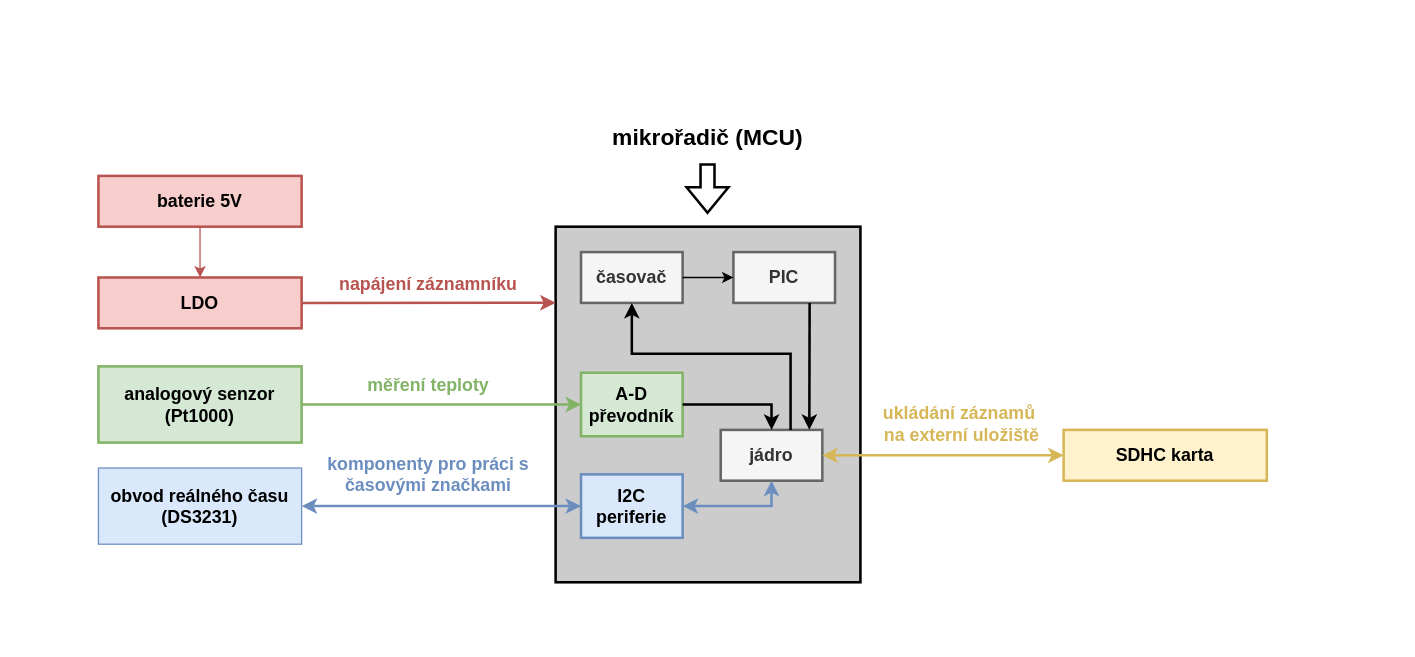
This is diagrams/recorder_mcu/recorder_mcu.drawio from Doly02/thesis, a draw.io file, before an edit. Source tidied: cells renumbered, new cells numbered last; positions are measured from the earlier drawing's top-left corner, leaving out a move shared by most shapes. Both pictures are drawn from the tidied source at 127%, with x=0, y=0 at pixel (98, 112).
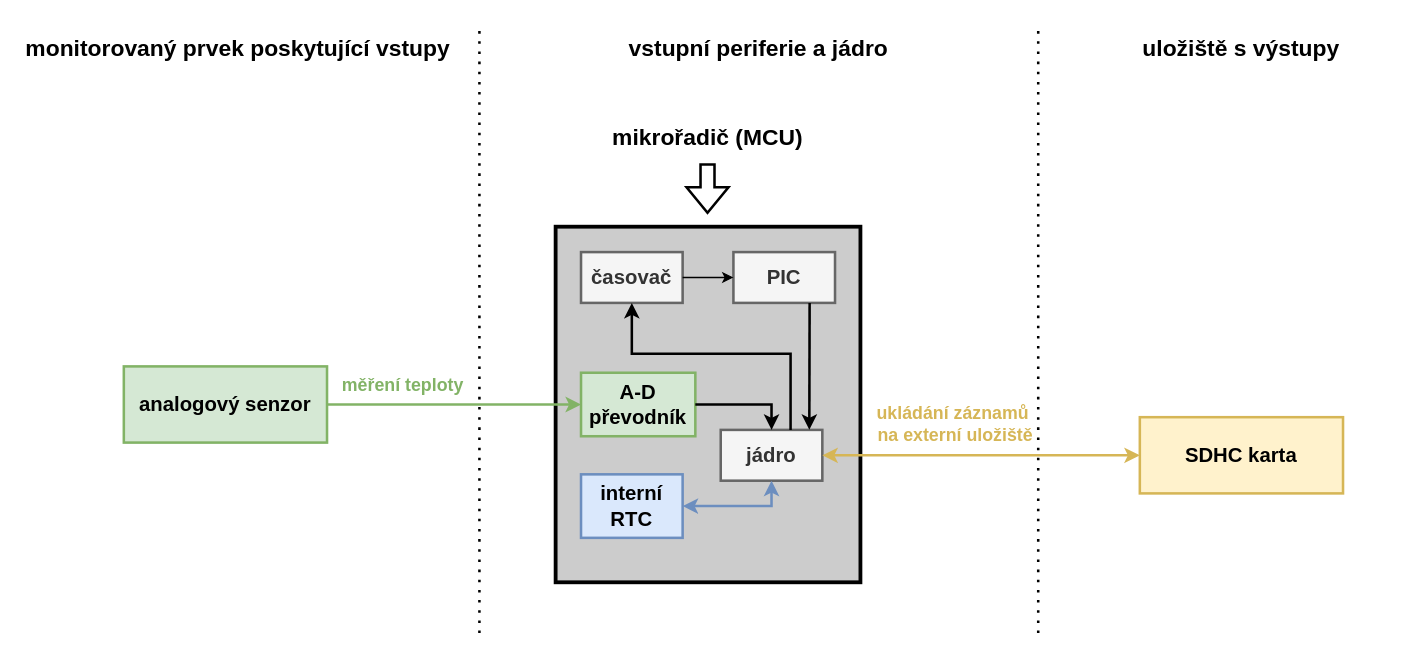
The same diagram, later.

Diff of the diagram source:
```diff
@@
-    <mxCell id="2" style="rounded=0;whiteSpace=wrap;html=1;strokeColor=#000000;strokeWidth=2;fillColor=#CCCCCC;" parent="1" vertex="1">
+    <mxCell id="2" style="rounded=0;whiteSpace=wrap;html=1;strokeColor=#000000;strokeWidth=3;fillColor=#CCCCCC;" parent="1" vertex="1">
       <mxGeometry x="360" y="90" width="240" height="280" as="geometry" />
     </mxCell>
-    <mxCell id="3" value="&lt;font style=&quot;font-size: 14px;&quot;&gt;&lt;b&gt;analogový senzor&lt;/b&gt;&lt;/font&gt;&lt;div&gt;&lt;font style=&quot;font-size: 14px;&quot;&gt;&lt;b&gt;(&lt;/b&gt;&lt;/font&gt;&lt;b style=&quot;background-color: transparent; color: light-dark(rgb(0, 0, 0), rgb(255, 255, 255)); font-size: 14px;&quot;&gt;Pt1000)&lt;/b&gt;&lt;/div&gt;" style="rounded=0;whiteSpace=wrap;html=1;fillColor=#d5e8d4;strokeColor=#82b366;strokeWidth=2;" parent="1" vertex="1">
-      <mxGeometry y="200" width="160" height="60" as="geometry" />
+    <mxCell id="3" value="&lt;font style=&quot;font-size: 16px;&quot;&gt;&lt;b style=&quot;&quot;&gt;analogový senzor&lt;/b&gt;&lt;/font&gt;" style="rounded=0;whiteSpace=wrap;html=1;fillColor=#d5e8d4;strokeColor=#82b366;strokeWidth=2;" parent="1" vertex="1">
+      <mxGeometry x="20" y="200" width="160" height="60" as="geometry" />
     </mxCell>
@@
-    <mxCell id="5" value="&lt;font style=&quot;font-size: 14px;&quot;&gt;&lt;b&gt;A-D&lt;/b&gt;&lt;/font&gt;&lt;div&gt;&lt;font style=&quot;font-size: 14px;&quot;&gt;&lt;b&gt;převodník&lt;/b&gt;&lt;/font&gt;&lt;/div&gt;" style="rounded=0;whiteSpace=wrap;html=1;fillColor=#d5e8d4;strokeColor=#82b366;strokeWidth=2;" parent="1" vertex="1">
-      <mxGeometry x="380" y="205" width="80" height="50" as="geometry" />
+    <mxCell id="5" value="&lt;font style=&quot;font-size: 16px;&quot;&gt;&lt;b style=&quot;&quot;&gt;A-D&lt;/b&gt;&lt;/font&gt;&lt;div&gt;&lt;font style=&quot;font-size: 16px;&quot;&gt;&lt;b style=&quot;&quot;&gt;převodník&lt;/b&gt;&lt;/font&gt;&lt;/div&gt;" style="rounded=0;whiteSpace=wrap;html=1;fillColor=#d5e8d4;strokeColor=#82b366;strokeWidth=2;" parent="1" vertex="1">
+      <mxGeometry x="380" y="205" width="90" height="50" as="geometry" />
     </mxCell>
-    <mxCell id="6" value="&lt;b&gt;&lt;font style=&quot;font-size: 14px;&quot;&gt;obvod reálného času&lt;/font&gt;&lt;/b&gt;&lt;div&gt;&lt;b&gt;&lt;font style=&quot;font-size: 14px;&quot;&gt;(&lt;/font&gt;&lt;/b&gt;&lt;b style=&quot;background-color: transparent; color: light-dark(rgb(0, 0, 0), rgb(255, 255, 255));&quot;&gt;&lt;font style=&quot;font-size: 14px;&quot;&gt;DS3231)&lt;/font&gt;&lt;/b&gt;&lt;/div&gt;" style="rounded=0;whiteSpace=wrap;html=1;fillColor=#dae8fc;strokeColor=#6c8ebf;" parent="1" vertex="1">
-      <mxGeometry y="280" width="160" height="60" as="geometry" />
-    </mxCell>
-    <mxCell id="7" value="&lt;font style=&quot;font-size: 14px;&quot;&gt;&lt;b&gt;I2C&lt;/b&gt;&lt;/font&gt;&lt;div&gt;&lt;font style=&quot;font-size: 14px;&quot;&gt;&lt;b&gt;periferie&lt;/b&gt;&lt;/font&gt;&lt;/div&gt;" style="rounded=0;whiteSpace=wrap;html=1;fillColor=#dae8fc;strokeColor=#6c8ebf;strokeWidth=2;" parent="1" vertex="1">
+    <mxCell id="7" value="&lt;b style=&quot;&quot;&gt;&lt;font style=&quot;font-size: 16px;&quot;&gt;interní&lt;/font&gt;&lt;/b&gt;&lt;div&gt;&lt;b style=&quot;&quot;&gt;&lt;font style=&quot;font-size: 16px;&quot;&gt;RTC&lt;/font&gt;&lt;/b&gt;&lt;/div&gt;" style="rounded=0;whiteSpace=wrap;html=1;fillColor=#dae8fc;strokeColor=#6c8ebf;strokeWidth=2;" parent="1" vertex="1">
       <mxGeometry x="380" y="285" width="80" height="50" as="geometry" />
     </mxCell>
-    <mxCell id="8" style="endArrow=classic;html=1;rounded=0;exitX=1;exitY=0.5;exitDx=0;exitDy=0;entryX=0;entryY=0.5;entryDx=0;entryDy=0;startFill=1;startArrow=classic;endFill=1;fillColor=#dae8fc;strokeColor=#6c8ebf;strokeWidth=2;" parent="1" edge="1" source="6" target="7">
-      <mxGeometry relative="1" as="geometry" />
-    </mxCell>
-    <mxCell id="9" value="&lt;font style=&quot;font-size: 14px;&quot;&gt;&lt;b&gt;SDHC karta&lt;/b&gt;&lt;/font&gt;" style="rounded=0;whiteSpace=wrap;html=1;fillColor=#fff2cc;strokeColor=#d6b656;strokeWidth=2;" parent="1" vertex="1">
-      <mxGeometry x="760" y="250" width="160" height="40" as="geometry" />
+    <mxCell id="9" value="&lt;font style=&quot;font-size: 16px;&quot;&gt;&lt;b style=&quot;&quot;&gt;SDHC karta&lt;/b&gt;&lt;/font&gt;" style="rounded=0;whiteSpace=wrap;html=1;fillColor=#fff2cc;strokeColor=#d6b656;strokeWidth=2;" parent="1" vertex="1">
+      <mxGeometry x="820" y="240" width="160" height="60" as="geometry" />
     </mxCell>
-    <mxCell id="10" value="&lt;font style=&quot;font-size: 14px;&quot;&gt;&lt;b&gt;jádro&lt;/b&gt;&lt;/font&gt;" style="rounded=0;whiteSpace=wrap;html=1;fillColor=#f5f5f5;fontColor=#333333;strokeColor=#666666;strokeWidth=2;" parent="1" vertex="1">
+    <mxCell id="10" value="&lt;font style=&quot;font-size: 16px;&quot;&gt;&lt;b style=&quot;&quot;&gt;jádro&lt;/b&gt;&lt;/font&gt;" style="rounded=0;whiteSpace=wrap;html=1;fillColor=#f5f5f5;fontColor=#333333;strokeColor=#666666;strokeWidth=2;" parent="1" vertex="1">
       <mxGeometry x="490" y="250" width="80" height="40" as="geometry" />
     </mxCell>
@@
-    <mxCell id="13" value="&lt;font style=&quot;font-size: 14px;&quot;&gt;&lt;b&gt;časovač&lt;/b&gt;&lt;/font&gt;" style="rounded=0;whiteSpace=wrap;html=1;fillColor=#f5f5f5;fontColor=#333333;strokeColor=#666666;strokeWidth=2;" parent="1" vertex="1">
+    <mxCell id="13" value="&lt;font style=&quot;font-size: 16px;&quot;&gt;&lt;b style=&quot;&quot;&gt;časovač&lt;/b&gt;&lt;/font&gt;" style="rounded=0;whiteSpace=wrap;html=1;fillColor=#f5f5f5;fontColor=#333333;strokeColor=#666666;strokeWidth=2;" parent="1" vertex="1">
       <mxGeometry x="380" y="110" width="80" height="40" as="geometry" />
     </mxCell>
@@
-    <mxCell id="15" value="&lt;font style=&quot;font-size: 14px;&quot;&gt;&lt;b&gt;LDO&lt;/b&gt;&lt;/font&gt;" style="rounded=0;whiteSpace=wrap;html=1;fillColor=#f8cecc;strokeColor=#b85450;strokeWidth=2;" parent="1" vertex="1">
-      <mxGeometry y="130" width="160" height="40" as="geometry" />
-    </mxCell>
-    <mxCell id="16" style="endArrow=classic;html=1;rounded=0;exitX=1;exitY=0.5;exitDx=0;exitDy=0;entryX=0;entryY=0.214;entryDx=0;entryDy=0;entryPerimeter=0;fillColor=#f8cecc;strokeColor=#b85450;strokeWidth=2;" parent="1" edge="1" source="15" target="2">
-      <mxGeometry relative="1" as="geometry" />
-    </mxCell>
-    <mxCell id="17" value="&lt;font style=&quot;font-size: 14px;&quot;&gt;&lt;b&gt;baterie 5V&lt;/b&gt;&lt;/font&gt;" style="rounded=0;whiteSpace=wrap;html=1;fillColor=#f8cecc;strokeColor=#b85450;strokeWidth=2;" parent="1" vertex="1">
-      <mxGeometry y="50" width="160" height="40" as="geometry" />
-    </mxCell>
-    <mxCell id="18" style="endArrow=classic;html=1;rounded=0;exitX=0.5;exitY=1;exitDx=0;exitDy=0;entryX=0.5;entryY=0;entryDx=0;entryDy=0;fillColor=#f8cecc;strokeColor=#b85450;" parent="1" edge="1" source="17" target="15">
-      <mxGeometry relative="1" as="geometry" />
-    </mxCell>
-    <mxCell id="19" value="&lt;font style=&quot;font-size: 14px;&quot;&gt;&lt;b&gt;PIC&lt;/b&gt;&lt;/font&gt;" style="rounded=0;whiteSpace=wrap;html=1;fillColor=#f5f5f5;fontColor=#333333;strokeColor=#666666;strokeWidth=2;" parent="1" vertex="1">
+    <mxCell id="19" value="&lt;font style=&quot;font-size: 16px;&quot;&gt;&lt;b style=&quot;&quot;&gt;PIC&lt;/b&gt;&lt;/font&gt;" style="rounded=0;whiteSpace=wrap;html=1;fillColor=#f5f5f5;fontColor=#333333;strokeColor=#666666;strokeWidth=2;" parent="1" vertex="1">
       <mxGeometry x="500" y="110" width="80" height="40" as="geometry" />
     </mxCell>
@@
-    <mxCell id="24" value="&lt;font style=&quot;font-size: 14px;&quot;&gt;&lt;b style=&quot;&quot;&gt;komponenty pro práci s časovými značkami&lt;/b&gt;&lt;/font&gt;" style="text;html=1;align=center;verticalAlign=middle;whiteSpace=wrap;rounded=0;fontColor=#6C8EBF;" parent="1" vertex="1">
-      <mxGeometry x="160" y="260" width="200" height="50" as="geometry" />
-    </mxCell>
     <mxCell id="25" value="&lt;font style=&quot;font-size: 14px;&quot;&gt;&lt;b&gt;měření teploty&lt;/b&gt;&lt;/font&gt;" style="text;html=1;align=center;verticalAlign=middle;whiteSpace=wrap;rounded=0;fillColor=none;strokeColor=none;fontColor=#82B366;" parent="1" vertex="1">
-      <mxGeometry x="160" y="200" width="200" height="30" as="geometry" />
+      <mxGeometry x="140" y="200" width="200" height="30" as="geometry" />
     </mxCell>
-    <mxCell id="26" value="&lt;font style=&quot;font-size: 14px;&quot;&gt;&lt;b&gt;napájení záznamníku&lt;/b&gt;&lt;/font&gt;" style="text;html=1;align=center;verticalAlign=middle;whiteSpace=wrap;rounded=0;fillColor=none;strokeColor=none;fontColor=#B85450;" parent="1" vertex="1">
-      <mxGeometry x="160" y="120" width="200" height="30" as="geometry" />
-    </mxCell>
@@
     <mxCell id="28" value="&lt;font style=&quot;color: rgb(214, 182, 86); font-size: 14px;&quot;&gt;&lt;b&gt;&lt;font style=&quot;&quot;&gt;ukládání&amp;nbsp;&lt;/font&gt;&lt;span style=&quot;background-color: transparent;&quot;&gt;záznamů&amp;nbsp;&lt;/span&gt;&lt;/b&gt;&lt;/font&gt;&lt;div&gt;&lt;font style=&quot;color: rgb(214, 182, 86); font-size: 14px;&quot;&gt;&lt;b&gt;&lt;span style=&quot;background-color: transparent;&quot;&gt;na externí uložiště&lt;/span&gt;&lt;/b&gt;&lt;/font&gt;&lt;/div&gt;" style="text;html=1;align=center;verticalAlign=middle;whiteSpace=wrap;rounded=0;fillColor=none;strokeColor=none;fontColor=#82B366;" parent="1" vertex="1">
-      <mxGeometry x="600" y="220" width="160" height="50" as="geometry" />
+      <mxGeometry x="600" y="220" width="150" height="50" as="geometry" />
     </mxCell>
+    <mxCell id="29" style="endArrow=none;dashed=1;html=1;dashPattern=1 3;strokeWidth=2;rounded=0;" parent="1" edge="1">
+      <mxGeometry relative="1" as="geometry">
+        <mxPoint x="300" y="410" as="sourcePoint" />
+        <mxPoint x="300" y="-70" as="targetPoint" />
+      </mxGeometry>
+    </mxCell>
+    <mxCell id="30" style="endArrow=none;dashed=1;html=1;dashPattern=1 3;strokeWidth=2;rounded=0;" parent="1" edge="1">
+      <mxGeometry relative="1" as="geometry">
+        <mxPoint x="740" y="410" as="sourcePoint" />
+        <mxPoint x="740" y="-70" as="targetPoint" />
+      </mxGeometry>
+    </mxCell>
+    <mxCell id="31" value="&lt;font style=&quot;font-size: 18px;&quot;&gt;&lt;b style=&quot;&quot;&gt;monitorovaný prvek poskytující vstupy&lt;/b&gt;&lt;/font&gt;" style="text;html=1;align=center;verticalAlign=middle;whiteSpace=wrap;rounded=0;" parent="1" vertex="1">
+      <mxGeometry x="-60" y="-70" width="340" height="40" as="geometry" />
+    </mxCell>
+    <mxCell id="32" value="&lt;font style=&quot;font-size: 18px;&quot;&gt;&lt;b style=&quot;&quot;&gt;vstupní periferie a jádro&lt;/b&gt;&lt;/font&gt;" style="text;html=1;align=center;verticalAlign=middle;whiteSpace=wrap;rounded=0;" parent="1" vertex="1">
+      <mxGeometry x="340" y="-70" width="360" height="40" as="geometry" />
+    </mxCell>
+    <mxCell id="33" value="&lt;font style=&quot;font-size: 18px;&quot;&gt;&lt;b style=&quot;&quot;&gt;uložiště s výstupy&lt;/b&gt;&lt;/font&gt;" style="text;html=1;align=center;verticalAlign=middle;whiteSpace=wrap;rounded=0;" parent="1" vertex="1">
+      <mxGeometry x="780" y="-70" width="240" height="40" as="geometry" />
+    </mxCell>
```
